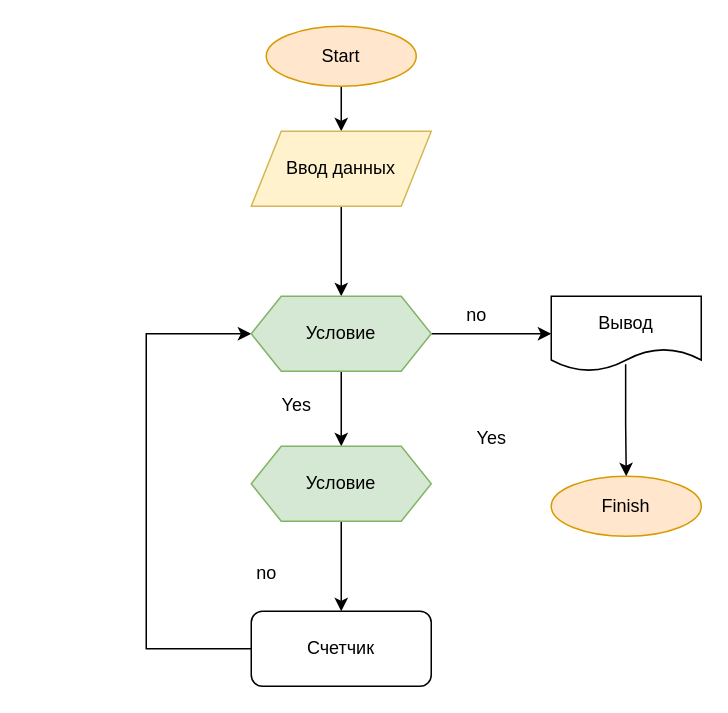
Before: Блок-схема.drawio in TatyanaGB2022/FinalWork, a draw.io diagram. Source tidied: cells renumbered, new cells numbered last; positions are measured from the earlier drawing's top-left corner, leaving out a move shared by most shapes. Both pictures are drawn from the tidied source at 150%, with x=0, y=0 at pixel (146, 26).
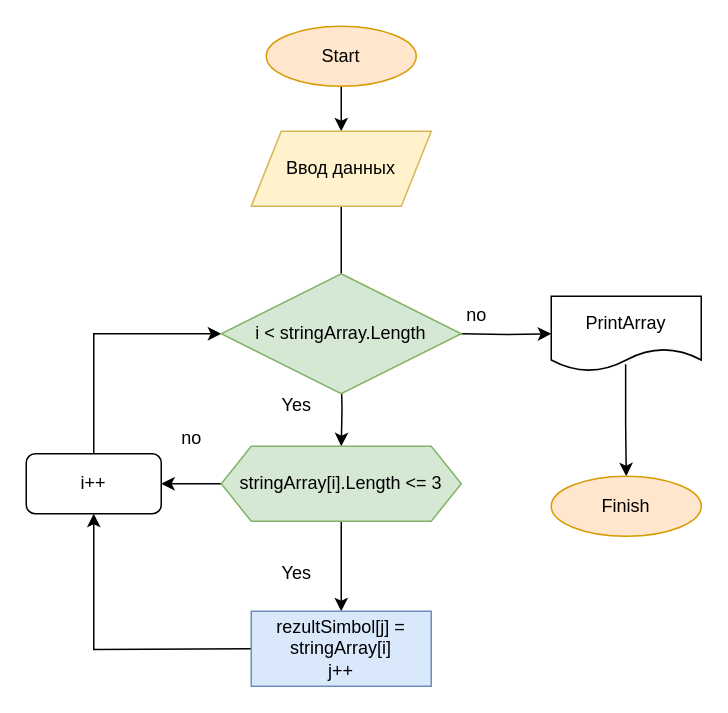
Above is the later version.

Commit message (it also covers changes not shown here):
add Блок_схема

Unchanged cells that the change refers to:
```xml
<mxCell id="5" value="Ввод данных" style="shape=parallelogram;perimeter=parallelogramPerimeter;whiteSpace=wrap;html=1;fixedSize=1;fillColor=#fff2cc;strokeColor=#d6b656;" parent="1" vertex="1">
  <mxGeometry x="70" y="70" width="120" height="50" as="geometry" />
</mxCell>
```

Change to the diagram source:
```diff
@@
-    <mxCell id="4" style="edgeStyle=orthogonalEdgeStyle;rounded=0;jettySize=auto;html=1;" parent="1" edge="1" source="5" target="12">
-      <mxGeometry relative="1" as="geometry" />
+    <mxCell id="4" style="edgeStyle=orthogonalEdgeStyle;rounded=0;jettySize=auto;html=1;" parent="1" edge="1" source="5">
+      <mxGeometry relative="1" as="geometry">
+        <mxPoint x="130" y="180" as="targetPoint" />
+      </mxGeometry>
     </mxCell>
@@
-    <mxCell id="6" style="edgeStyle=orthogonalEdgeStyle;rounded=0;jettySize=auto;html=1;entryX=0;entryY=0.5;entryDx=0;entryDy=0;exitX=0;exitY=0.5;exitDx=0;exitDy=0;" parent="1" edge="1" source="7" target="12">
-      <mxGeometry relative="1" as="geometry">
-        <Array as="points">
-          <mxPoint y="415" />
-          <mxPoint y="205" />
-        </Array>
-      </mxGeometry>
-    </mxCell>
-    <mxCell id="7" value="Счетчик" style="rounded=1;whiteSpace=wrap;html=1;" parent="1" vertex="1">
-      <mxGeometry x="70" y="390" width="120" height="50" as="geometry" />
-    </mxCell>
+    <mxCell id="21" style="edgeStyle=orthogonalEdgeStyle;rounded=0;jettySize=auto;html=1;entryX=0.5;entryY=1;entryDx=0;entryDy=0;" parent="1" edge="1" target="24">
+      <mxGeometry relative="1" as="geometry">
+        <mxPoint x="70" y="415" as="sourcePoint" />
+      </mxGeometry>
+    </mxCell>
-    <mxCell id="8" value="Вывод" style="shape=document;whiteSpace=wrap;html=1;boundedLbl=1;" parent="1" vertex="1">
+    <mxCell id="8" value="PrintArray" style="shape=document;whiteSpace=wrap;html=1;boundedLbl=1;" parent="1" vertex="1">
       <mxGeometry x="270" y="180" width="100" height="50" as="geometry" />
     </mxCell>
-    <mxCell id="9" value="Yes" style="text;html=1;align=center;verticalAlign=middle;strokeColor=none;fillColor=none;" parent="1" vertex="1">
-      <mxGeometry x="210" y="260" width="40" height="30" as="geometry" />
-    </mxCell>
-    <mxCell id="10" style="edgeStyle=orthogonalEdgeStyle;rounded=0;jettySize=auto;html=1;entryX=0.5;entryY=0;entryDx=0;entryDy=0;" parent="1" edge="1" source="12" target="16">
-      <mxGeometry relative="1" as="geometry" />
+    <mxCell id="10" style="edgeStyle=orthogonalEdgeStyle;rounded=0;jettySize=auto;html=1;entryX=0.5;entryY=0;entryDx=0;entryDy=0;" parent="1" edge="1" target="16">
+      <mxGeometry relative="1" as="geometry">
+        <mxPoint x="130" y="230" as="sourcePoint" />
+      </mxGeometry>
     </mxCell>
-    <mxCell id="11" style="edgeStyle=orthogonalEdgeStyle;rounded=0;jettySize=auto;html=1;" parent="1" edge="1" source="12" target="8">
-      <mxGeometry relative="1" as="geometry" />
+    <mxCell id="11" style="edgeStyle=orthogonalEdgeStyle;rounded=0;jettySize=auto;html=1;" parent="1" edge="1" target="8">
+      <mxGeometry relative="1" as="geometry">
+        <mxPoint x="210" y="205" as="sourcePoint" />
+      </mxGeometry>
     </mxCell>
-    <mxCell id="12" value="Условие" style="shape=hexagon;perimeter=hexagonPerimeter2;whiteSpace=wrap;html=1;fixedSize=1;fillColor=#d5e8d4;strokeColor=#82b366;" parent="1" vertex="1">
-      <mxGeometry x="70" y="180" width="120" height="50" as="geometry" />
-    </mxCell>
-    <mxCell id="13" value="no" style="text;html=1;align=center;verticalAlign=middle;strokeColor=none;fillColor=none;" parent="1" vertex="1">
-      <mxGeometry x="60" y="350" width="40" height="30" as="geometry" />
-    </mxCell>
@@
-    <mxCell id="15" style="edgeStyle=orthogonalEdgeStyle;rounded=0;jettySize=auto;html=1;entryX=0.5;entryY=0;entryDx=0;entryDy=0;" parent="1" edge="1" source="16" target="7">
-      <mxGeometry relative="1" as="geometry" />
+    <mxCell id="15" style="edgeStyle=orthogonalEdgeStyle;rounded=0;jettySize=auto;html=1;entryX=0.5;entryY=0;entryDx=0;entryDy=0;" parent="1" edge="1" source="16">
+      <mxGeometry relative="1" as="geometry">
+        <mxPoint x="130" y="390" as="targetPoint" />
+      </mxGeometry>
     </mxCell>
+    <mxCell id="22" style="edgeStyle=orthogonalEdgeStyle;rounded=0;jettySize=auto;html=1;" parent="1" edge="1" source="16" target="24">
+      <mxGeometry relative="1" as="geometry" />
+    </mxCell>
-    <mxCell id="16" value="Условие" style="shape=hexagon;perimeter=hexagonPerimeter2;whiteSpace=wrap;html=1;fixedSize=1;fillColor=#d5e8d4;strokeColor=#82b366;" parent="1" vertex="1">
-      <mxGeometry x="70" y="280" width="120" height="50" as="geometry" />
+    <mxCell id="16" value="stringArray[i].Length &amp;lt;= 3" style="shape=hexagon;perimeter=hexagonPerimeter2;whiteSpace=wrap;html=1;fixedSize=1;fillColor=#d5e8d4;strokeColor=#82b366;" parent="1" vertex="1">
+      <mxGeometry x="50" y="280" width="160" height="50" as="geometry" />
     </mxCell>
@@
+    <mxCell id="23" style="edgeStyle=orthogonalEdgeStyle;rounded=0;jettySize=auto;html=1;entryX=0;entryY=0.5;entryDx=0;entryDy=0;" parent="1" edge="1" source="24">
+      <mxGeometry relative="1" as="geometry">
+        <mxPoint x="50" y="205" as="targetPoint" />
+        <Array as="points">
+          <mxPoint x="-35" y="205" />
+        </Array>
+      </mxGeometry>
+    </mxCell>
+    <mxCell id="24" value="i++" style="rounded=1;whiteSpace=wrap;html=1;" parent="1" vertex="1">
+      <mxGeometry x="-80" y="285" width="90" height="40" as="geometry" />
+    </mxCell>
+    <mxCell id="13" value="no" style="text;html=1;align=center;verticalAlign=middle;strokeColor=none;fillColor=none;" parent="1" vertex="1">
+      <mxGeometry x="10" y="260" width="40" height="30" as="geometry" />
+    </mxCell>
+    <mxCell id="25" value="rezultSimbol[j] = stringArray[i]&lt;div&gt;j++&lt;/div&gt;" style="rounded=0;whiteSpace=wrap;html=1;fillColor=#dae8fc;strokeColor=#6c8ebf;" parent="1" vertex="1">
+      <mxGeometry x="70" y="390" width="120" height="50" as="geometry" />
+    </mxCell>
+    <mxCell id="9" value="Yes" style="text;html=1;align=center;verticalAlign=middle;strokeColor=none;fillColor=none;" parent="1" vertex="1">
+      <mxGeometry x="80" y="350" width="40" height="30" as="geometry" />
+    </mxCell>
+    <mxCell id="26" value="i &amp;lt; stringArray.Length" style="rhombus;whiteSpace=wrap;html=1;fillColor=#d5e8d4;strokeColor=#82b366;" parent="1" vertex="1">
+      <mxGeometry x="50" y="165" width="160" height="80" as="geometry" />
+    </mxCell>
```
